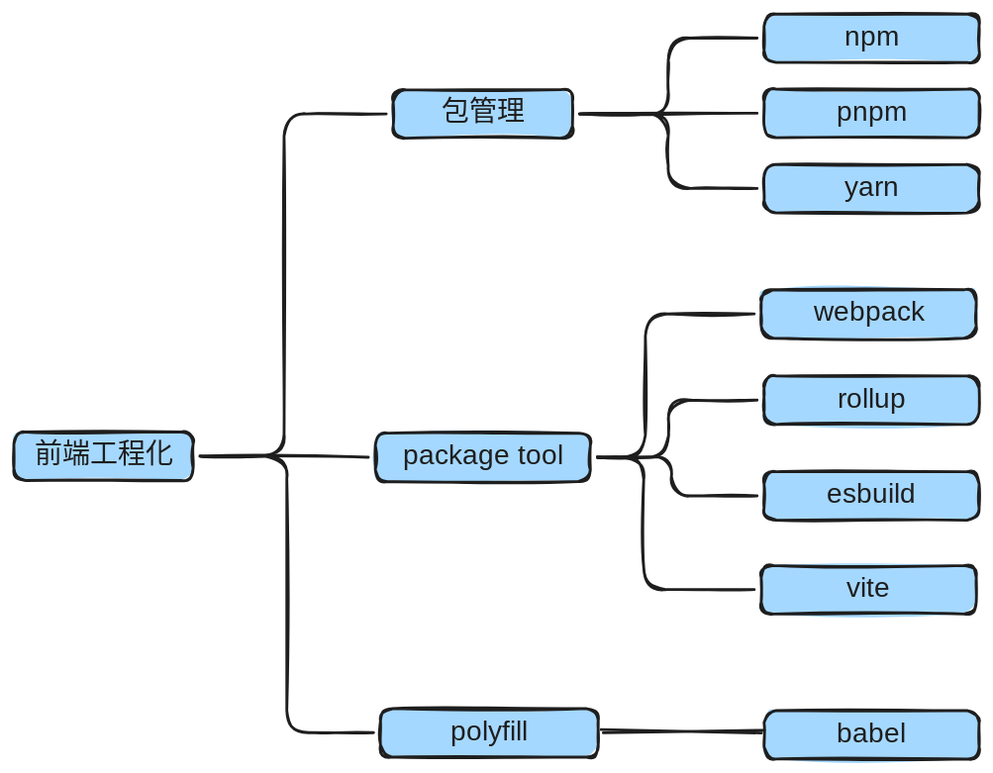
Before: image/engineer.excalidraw.svg, a diagram exported from Excalidraw (zhuzhujian/zhuzhujian.github.io). Source tidied: one line per element, renumbered; positions are measured from the earlier drawing's top-left corner, leaving out a move shared by most shapes.
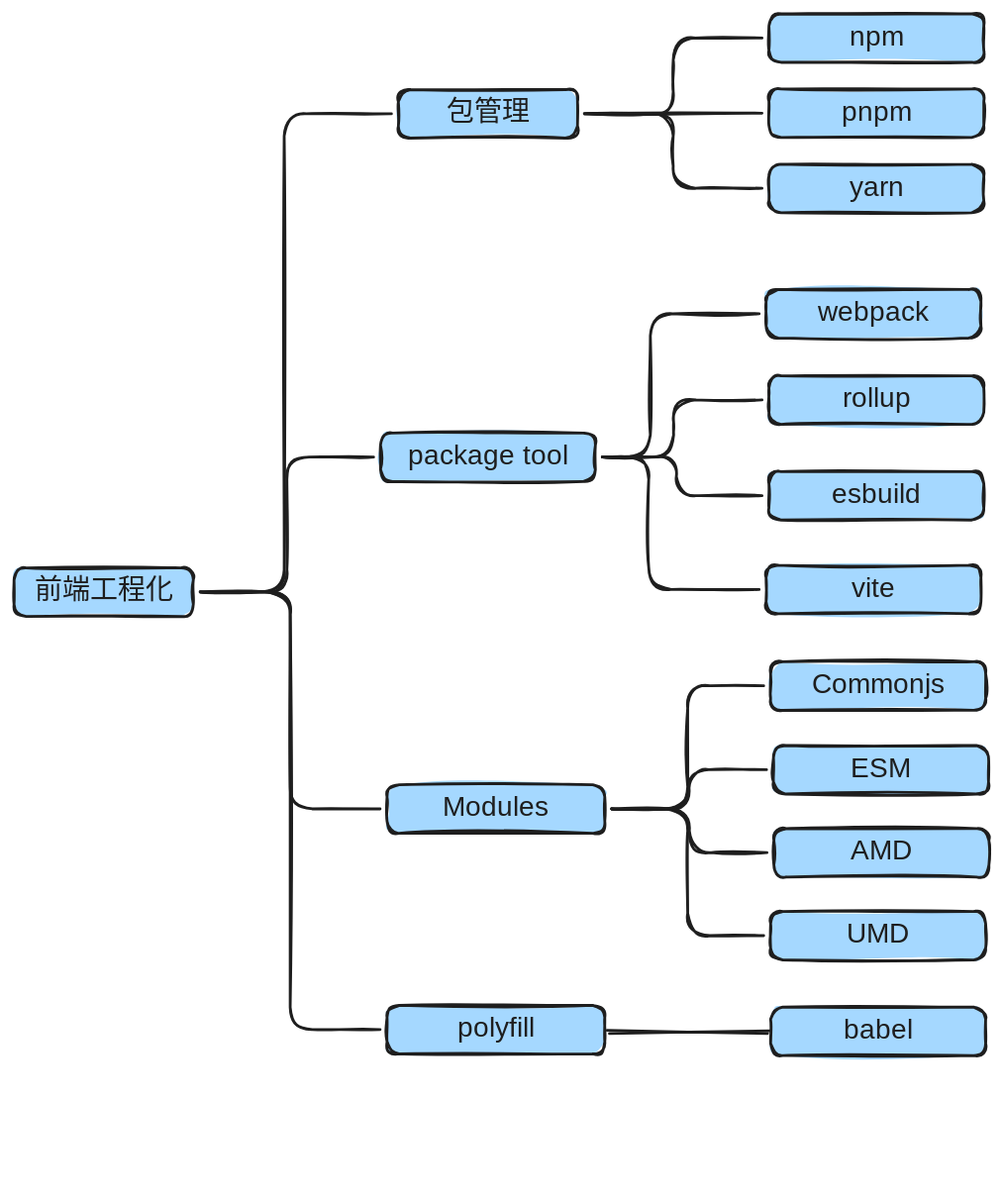
The same file after the commit.

The edit, as a diff of the source:
```diff
@@ -1,35 +1,50 @@
 {"id": 0, "type": "rectangle", "strokeColor": "#1e1e1e", "backgroundColor": "#a5d8ff", "fillStyle": "solid", "strokeWidth": 2, "roughness": 1, "round": true, "x": 0, "y": 302, "width": 129, "height": 35}
 {"id": 1, "type": "text", "text": "前端工程化", "strokeColor": "#1e1e1e", "strokeWidth": 2, "roughness": 1, "fontSize": 20, "fontFamily": 5, "textAlign": "center", "verticalAlign": "middle", "inside": 0, "x": 15, "y": 307, "width": 100, "height": 25}
-{"id": 2, "type": "rectangle", "strokeColor": "#1e1e1e", "backgroundColor": "#a5d8ff", "fillStyle": "solid", "strokeWidth": 2, "roughness": 1, "round": true, "x": 261, "y": 303, "width": 155, "height": 35}
+{"id": 2, "type": "rectangle", "strokeColor": "#1e1e1e", "backgroundColor": "#a5d8ff", "fillStyle": "solid", "strokeWidth": 2, "roughness": 1, "round": true, "x": 264, "y": 204, "width": 155, "height": 35}
-{"id": 3, "type": "text", "text": "package tool", "strokeColor": "#1e1e1e", "backgroundColor": "#a5d8ff", "fillStyle": "solid", "strokeWidth": 2, "roughness": 1, "fontSize": 20, "fontFamily": 5, "textAlign": "center", "verticalAlign": "middle", "inside": 2, "x": 276, "y": 308, "width": 124, "height": 25}
+{"id": 3, "type": "text", "text": "package tool", "strokeColor": "#1e1e1e", "backgroundColor": "#a5d8ff", "fillStyle": "solid", "strokeWidth": 2, "roughness": 1, "fontSize": 20, "fontFamily": 5, "textAlign": "center", "verticalAlign": "middle", "inside": 2, "x": 280, "y": 209, "width": 124, "height": 25}
-{"id": 4, "type": "rectangle", "strokeColor": "#1e1e1e", "backgroundColor": "#a5d8ff", "fillStyle": "solid", "strokeWidth": 2, "roughness": 1, "round": true, "x": 265, "y": 501, "width": 157, "height": 35}
+{"id": 4, "type": "rectangle", "strokeColor": "#1e1e1e", "backgroundColor": "#a5d8ff", "fillStyle": "solid", "strokeWidth": 2, "roughness": 1, "round": true, "x": 269, "y": 617, "width": 157, "height": 35}
-{"id": 5, "type": "text", "text": "polyfill", "strokeColor": "#1e1e1e", "backgroundColor": "#a5d8ff", "fillStyle": "solid", "strokeWidth": 2, "roughness": 1, "fontSize": 20, "fontFamily": 5, "textAlign": "center", "verticalAlign": "middle", "inside": 4, "x": 312, "y": 506, "width": 62, "height": 25}
+{"id": 5, "type": "text", "text": "polyfill", "strokeColor": "#1e1e1e", "backgroundColor": "#a5d8ff", "fillStyle": "solid", "strokeWidth": 2, "roughness": 1, "fontSize": 20, "fontFamily": 5, "textAlign": "center", "verticalAlign": "middle", "inside": 4, "x": 317, "y": 622, "width": 62, "height": 25}
-{"id": 6, "type": "arrow", "strokeColor": "#1e1e1e", "backgroundColor": "#a5d8ff", "fillStyle": "solid", "strokeWidth": 2, "roughness": 1, "from": 0, "to": 2, "x": 134, "y": 319, "width": 121, "height": 1, "points": [[0, 0], [121, 1]]}
+{"id": 6, "type": "arrow", "strokeColor": "#1e1e1e", "backgroundColor": "#a5d8ff", "fillStyle": "solid", "strokeWidth": 2, "roughness": 1, "from": 0, "to": 2, "x": 134, "y": 319, "width": 125, "height": 97, "points": [[0, 0], [63, 0], [63, -97], [125, -97]]}
-{"id": 7, "type": "arrow", "strokeColor": "#1e1e1e", "backgroundColor": "#a5d8ff", "fillStyle": "solid", "strokeWidth": 2, "roughness": 1, "from": 0, "to": 4, "x": 134, "y": 319, "width": 125, "height": 200, "points": [[0, 0], [63, 0], [63, 200], [125, 200]]}
+{"id": 7, "type": "arrow", "strokeColor": "#1e1e1e", "backgroundColor": "#a5d8ff", "fillStyle": "solid", "strokeWidth": 2, "roughness": 1, "from": 0, "to": 4, "x": 134, "y": 319, "width": 130, "height": 316, "points": [[0, 0], [65, 0], [65, 316], [130, 316]]}
-{"id": 8, "type": "rectangle", "strokeColor": "#1e1e1e", "backgroundColor": "#a5d8ff", "fillStyle": "solid", "strokeWidth": 2, "roughness": 1, "round": true, "x": 539, "y": 199, "width": 155, "height": 35}
+{"id": 8, "type": "rectangle", "strokeColor": "#1e1e1e", "backgroundColor": "#a5d8ff", "fillStyle": "solid", "strokeWidth": 2, "roughness": 1, "round": true, "x": 543, "y": 101, "width": 155, "height": 35}
-{"id": 9, "type": "text", "text": "webpack", "strokeColor": "#1e1e1e", "backgroundColor": "#a5d8ff", "fillStyle": "solid", "strokeWidth": 2, "roughness": 1, "fontSize": 20, "fontFamily": 5, "textAlign": "center", "verticalAlign": "middle", "inside": 8, "x": 577, "y": 204, "width": 79, "height": 25}
+{"id": 9, "type": "text", "text": "webpack", "strokeColor": "#1e1e1e", "backgroundColor": "#a5d8ff", "fillStyle": "solid", "strokeWidth": 2, "roughness": 1, "fontSize": 20, "fontFamily": 5, "textAlign": "center", "verticalAlign": "middle", "inside": 8, "x": 581, "y": 106, "width": 79, "height": 25}
-{"id": 10, "type": "rectangle", "strokeColor": "#1e1e1e", "backgroundColor": "#a5d8ff", "fillStyle": "solid", "strokeWidth": 2, "roughness": 1, "round": true, "x": 541, "y": 261, "width": 155, "height": 35}
+{"id": 10, "type": "rectangle", "strokeColor": "#1e1e1e", "backgroundColor": "#a5d8ff", "fillStyle": "solid", "strokeWidth": 2, "roughness": 1, "round": true, "x": 545, "y": 163, "width": 155, "height": 35}
-{"id": 11, "type": "text", "text": "rollup", "strokeColor": "#1e1e1e", "backgroundColor": "#a5d8ff", "fillStyle": "solid", "strokeWidth": 2, "roughness": 1, "fontSize": 20, "fontFamily": 5, "textAlign": "center", "verticalAlign": "middle", "inside": 10, "x": 593, "y": 266, "width": 51, "height": 25}
+{"id": 11, "type": "text", "text": "rollup", "strokeColor": "#1e1e1e", "backgroundColor": "#a5d8ff", "fillStyle": "solid", "strokeWidth": 2, "roughness": 1, "fontSize": 20, "fontFamily": 5, "textAlign": "center", "verticalAlign": "middle", "inside": 10, "x": 597, "y": 168, "width": 51, "height": 25}
-{"id": 12, "type": "rectangle", "strokeColor": "#1e1e1e", "backgroundColor": "#a5d8ff", "fillStyle": "solid", "strokeWidth": 2, "roughness": 1, "round": true, "x": 541, "y": 330, "width": 155, "height": 35}
+{"id": 12, "type": "rectangle", "strokeColor": "#1e1e1e", "backgroundColor": "#a5d8ff", "fillStyle": "solid", "strokeWidth": 2, "roughness": 1, "round": true, "x": 545, "y": 232, "width": 155, "height": 35}
-{"id": 13, "type": "text", "text": "esbuild", "strokeColor": "#1e1e1e", "backgroundColor": "#a5d8ff", "fillStyle": "solid", "strokeWidth": 2, "roughness": 1, "fontSize": 20, "fontFamily": 5, "textAlign": "center", "verticalAlign": "middle", "inside": 12, "x": 586, "y": 335, "width": 65, "height": 25}
+{"id": 13, "type": "text", "text": "esbuild", "strokeColor": "#1e1e1e", "backgroundColor": "#a5d8ff", "fillStyle": "solid", "strokeWidth": 2, "roughness": 1, "fontSize": 20, "fontFamily": 5, "textAlign": "center", "verticalAlign": "middle", "inside": 12, "x": 590, "y": 237, "width": 65, "height": 25}
-{"id": 14, "type": "rectangle", "strokeColor": "#1e1e1e", "backgroundColor": "#a5d8ff", "fillStyle": "solid", "strokeWidth": 2, "roughness": 1, "round": true, "x": 539, "y": 398, "width": 155, "height": 35}
+{"id": 14, "type": "rectangle", "strokeColor": "#1e1e1e", "backgroundColor": "#a5d8ff", "fillStyle": "solid", "strokeWidth": 2, "roughness": 1, "round": true, "x": 543, "y": 300, "width": 155, "height": 35}
-{"id": 15, "type": "text", "text": "vite", "strokeColor": "#1e1e1e", "backgroundColor": "#a5d8ff", "fillStyle": "solid", "strokeWidth": 2, "roughness": 1, "fontSize": 20, "fontFamily": 5, "textAlign": "center", "verticalAlign": "middle", "inside": 14, "x": 598, "y": 403, "width": 37, "height": 25}
+{"id": 15, "type": "text", "text": "vite", "strokeColor": "#1e1e1e", "backgroundColor": "#a5d8ff", "fillStyle": "solid", "strokeWidth": 2, "roughness": 1, "fontSize": 20, "fontFamily": 5, "textAlign": "center", "verticalAlign": "middle", "inside": 14, "x": 602, "y": 305, "width": 37, "height": 25}
-{"id": 16, "type": "rectangle", "strokeColor": "#1e1e1e", "backgroundColor": "#a5d8ff", "fillStyle": "solid", "strokeWidth": 2, "roughness": 1, "round": true, "x": 541, "y": 503, "width": 155, "height": 35}
+{"id": 16, "type": "rectangle", "strokeColor": "#1e1e1e", "backgroundColor": "#a5d8ff", "fillStyle": "solid", "strokeWidth": 2, "roughness": 1, "round": true, "x": 546, "y": 619, "width": 155, "height": 35}
-{"id": 17, "type": "text", "text": "babel", "strokeColor": "#1e1e1e", "backgroundColor": "#a5d8ff", "fillStyle": "solid", "strokeWidth": 2, "roughness": 1, "fontSize": 20, "fontFamily": 5, "textAlign": "center", "verticalAlign": "middle", "inside": 16, "x": 594, "y": 508, "width": 49, "height": 25}
+{"id": 17, "type": "text", "text": "babel", "strokeColor": "#1e1e1e", "backgroundColor": "#a5d8ff", "fillStyle": "solid", "strokeWidth": 2, "roughness": 1, "fontSize": 20, "fontFamily": 5, "textAlign": "center", "verticalAlign": "middle", "inside": 16, "x": 599, "y": 624, "width": 49, "height": 25}
-{"id": 18, "type": "arrow", "strokeColor": "#1e1e1e", "strokeWidth": 2, "roughness": 1, "from": 2, "to": 8, "x": 421, "y": 320, "width": 113, "height": 104, "points": [[0, 0], [35, 0], [35, -104], [113, -104]]}
+{"id": 18, "type": "arrow", "strokeColor": "#1e1e1e", "strokeWidth": 2, "roughness": 1, "from": 2, "to": 8, "x": 424, "y": 222, "width": 113, "height": 103, "points": [[0, 0], [35, 0], [35, -103], [113, -103]]}
-{"id": 19, "type": "arrow", "strokeColor": "#1e1e1e", "strokeWidth": 2, "roughness": 1, "from": 2, "to": 10, "x": 421, "y": 320, "width": 115, "height": 41, "points": [[0, 0], [51, 0], [51, -41], [115, -41]]}
+{"id": 19, "type": "arrow", "strokeColor": "#1e1e1e", "strokeWidth": 2, "roughness": 1, "from": 2, "to": 10, "x": 424, "y": 222, "width": 115, "height": 41, "points": [[0, 0], [51, 0], [51, -41], [115, -41]]}
-{"id": 20, "type": "arrow", "strokeColor": "#1e1e1e", "strokeWidth": 2, "roughness": 1, "from": 2, "to": 12, "x": 421, "y": 320, "width": 115, "height": 28, "points": [[0, 0], [53, 0], [53, 28], [115, 28]]}
+{"id": 20, "type": "arrow", "strokeColor": "#1e1e1e", "strokeWidth": 2, "roughness": 1, "from": 2, "to": 12, "x": 424, "y": 222, "width": 115, "height": 28, "points": [[0, 0], [53, 0], [53, 28], [115, 28]]}
-{"id": 21, "type": "arrow", "strokeColor": "#1e1e1e", "strokeWidth": 2, "roughness": 1, "from": 2, "to": 14, "x": 421, "y": 320, "width": 113, "height": 95, "points": [[0, 0], [33, 0], [33, 95], [113, 95]]}
+{"id": 21, "type": "arrow", "strokeColor": "#1e1e1e", "strokeWidth": 2, "roughness": 1, "from": 2, "to": 14, "x": 424, "y": 222, "width": 113, "height": 95, "points": [[0, 0], [33, 0], [33, 95], [113, 95]]}
-{"id": 22, "type": "arrow", "strokeColor": "#1e1e1e", "strokeWidth": 2, "roughness": 1, "round": true, "from": 4, "to": 16, "x": 425, "y": 517, "width": 116, "height": 2, "points": [[0, 0], [116, 2]]}
+{"id": 22, "type": "arrow", "strokeColor": "#1e1e1e", "strokeWidth": 2, "roughness": 1, "round": true, "x": 429, "y": 636, "width": 116, "height": 1, "points": [[0, 0], [116, 1]]}
-{"id": 23, "type": "rectangle", "strokeColor": "#1e1e1e", "backgroundColor": "#a5d8ff", "fillStyle": "solid", "strokeWidth": 2, "roughness": 1, "round": true, "x": 274, "y": 55, "width": 129, "height": 35}
+{"id": 23, "type": "rectangle", "strokeColor": "#1e1e1e", "backgroundColor": "#a5d8ff", "fillStyle": "solid", "strokeWidth": 2, "roughness": 1, "round": true, "x": 277, "y": -43, "width": 129, "height": 35}
-{"id": 24, "type": "text", "text": "包管理", "strokeColor": "#1e1e1e", "strokeWidth": 2, "roughness": 1, "fontSize": 20, "fontFamily": 5, "textAlign": "center", "verticalAlign": "middle", "inside": 23, "x": 308, "y": 60, "width": 60, "height": 25}
+{"id": 24, "type": "text", "text": "包管理", "strokeColor": "#1e1e1e", "strokeWidth": 2, "roughness": 1, "fontSize": 20, "fontFamily": 5, "textAlign": "center", "verticalAlign": "middle", "inside": 23, "x": 312, "y": -38, "width": 60, "height": 25}
-{"id": 25, "type": "arrow", "strokeColor": "#1e1e1e", "strokeWidth": 2, "roughness": 1, "from": 0, "to": 23, "x": 134, "y": 319, "width": 134, "height": 247, "points": [[0, 0], [61, 0], [61, -247], [134, -247]]}
+{"id": 25, "type": "arrow", "strokeColor": "#1e1e1e", "strokeWidth": 2, "roughness": 1, "from": 0, "to": 23, "x": 134, "y": 319, "width": 138, "height": 345, "points": [[0, 0], [61, 0], [61, -345], [138, -345]]}
-{"id": 26, "type": "rectangle", "strokeColor": "#1e1e1e", "backgroundColor": "#a5d8ff", "fillStyle": "solid", "strokeWidth": 2, "roughness": 1, "round": true, "x": 541, "y": 0, "width": 155, "height": 35}
+{"id": 26, "type": "rectangle", "strokeColor": "#1e1e1e", "backgroundColor": "#a5d8ff", "fillStyle": "solid", "strokeWidth": 2, "roughness": 1, "round": true, "x": 545, "y": -98, "width": 155, "height": 35}
-{"id": 27, "type": "text", "text": "npm", "strokeColor": "#1e1e1e", "backgroundColor": "#a5d8ff", "fillStyle": "solid", "strokeWidth": 2, "roughness": 1, "fontSize": 20, "fontFamily": 5, "textAlign": "center", "verticalAlign": "middle", "inside": 26, "x": 602, "y": 5, "width": 35, "height": 25}
+{"id": 27, "type": "text", "text": "npm", "strokeColor": "#1e1e1e", "backgroundColor": "#a5d8ff", "fillStyle": "solid", "strokeWidth": 2, "roughness": 1, "fontSize": 20, "fontFamily": 5, "textAlign": "center", "verticalAlign": "middle", "inside": 26, "x": 605, "y": -93, "width": 35, "height": 25}
-{"id": 28, "type": "rectangle", "strokeColor": "#1e1e1e", "backgroundColor": "#a5d8ff", "fillStyle": "solid", "strokeWidth": 2, "roughness": 1, "round": true, "x": 541, "y": 54, "width": 155, "height": 35}
+{"id": 28, "type": "rectangle", "strokeColor": "#1e1e1e", "backgroundColor": "#a5d8ff", "fillStyle": "solid", "strokeWidth": 2, "roughness": 1, "round": true, "x": 545, "y": -44, "width": 155, "height": 35}
-{"id": 29, "type": "text", "text": "pnpm", "strokeColor": "#1e1e1e", "backgroundColor": "#a5d8ff", "fillStyle": "solid", "strokeWidth": 2, "roughness": 1, "fontSize": 20, "fontFamily": 5, "textAlign": "center", "verticalAlign": "middle", "inside": 28, "x": 596, "y": 59, "width": 45, "height": 25}
+{"id": 29, "type": "text", "text": "pnpm", "strokeColor": "#1e1e1e", "backgroundColor": "#a5d8ff", "fillStyle": "solid", "strokeWidth": 2, "roughness": 1, "fontSize": 20, "fontFamily": 5, "textAlign": "center", "verticalAlign": "middle", "inside": 28, "x": 600, "y": -39, "width": 45, "height": 25}
-{"id": 30, "type": "rectangle", "strokeColor": "#1e1e1e", "backgroundColor": "#a5d8ff", "fillStyle": "solid", "strokeWidth": 2, "roughness": 1, "round": true, "x": 541, "y": 109, "width": 155, "height": 35}
+{"id": 30, "type": "rectangle", "strokeColor": "#1e1e1e", "backgroundColor": "#a5d8ff", "fillStyle": "solid", "strokeWidth": 2, "roughness": 1, "round": true, "x": 545, "y": 10, "width": 155, "height": 35}
-{"id": 31, "type": "text", "text": "yarn", "strokeColor": "#1e1e1e", "backgroundColor": "#a5d8ff", "fillStyle": "solid", "strokeWidth": 2, "roughness": 1, "fontSize": 20, "fontFamily": 5, "textAlign": "center", "verticalAlign": "middle", "inside": 30, "x": 598, "y": 114, "width": 41, "height": 25}
+{"id": 31, "type": "text", "text": "yarn", "strokeColor": "#1e1e1e", "backgroundColor": "#a5d8ff", "fillStyle": "solid", "strokeWidth": 2, "roughness": 1, "fontSize": 20, "fontFamily": 5, "textAlign": "center", "verticalAlign": "middle", "inside": 30, "x": 602, "y": 15, "width": 41, "height": 25}
-{"id": 32, "type": "arrow", "strokeColor": "#1e1e1e", "strokeWidth": 2, "roughness": 1, "from": 23, "to": 26, "x": 408, "y": 72, "width": 128, "height": 55, "points": [[0, 0], [64, 0], [64, -55], [128, -55]]}
+{"id": 32, "type": "arrow", "strokeColor": "#1e1e1e", "strokeWidth": 2, "roughness": 1, "from": 23, "to": 26, "x": 412, "y": -26, "width": 128, "height": 55, "points": [[0, 0], [64, 0], [64, -55], [128, -55]]}
-{"id": 33, "type": "arrow", "strokeColor": "#1e1e1e", "strokeWidth": 2, "roughness": 1, "from": 23, "to": 28, "x": 408, "y": 72, "width": 128, "height": 0, "points": [[0, 0], [128, 0]]}
+{"id": 33, "type": "arrow", "strokeColor": "#1e1e1e", "strokeWidth": 2, "roughness": 1, "from": 23, "to": 28, "x": 412, "y": -26, "width": 128, "height": 0, "points": [[0, 0], [128, 0]]}
-{"id": 34, "type": "arrow", "strokeColor": "#1e1e1e", "strokeWidth": 2, "roughness": 1, "from": 23, "to": 30, "x": 408, "y": 72, "width": 128, "height": 54, "points": [[0, 0], [64, 0], [64, 54], [128, 54]]}
+{"id": 34, "type": "arrow", "strokeColor": "#1e1e1e", "strokeWidth": 2, "roughness": 1, "from": 23, "to": 30, "x": 412, "y": -26, "width": 128, "height": 54, "points": [[0, 0], [64, 0], [64, 54], [128, 54]]}
+{"id": 35, "type": "rectangle", "strokeColor": "#1e1e1e", "backgroundColor": "#a5d8ff", "fillStyle": "solid", "strokeWidth": 2, "roughness": 1, "round": true, "x": 269, "y": 458, "width": 157, "height": 35}
+{"id": 36, "type": "text", "text": "Modules", "strokeColor": "#1e1e1e", "backgroundColor": "#a5d8ff", "fillStyle": "solid", "strokeWidth": 2, "roughness": 1, "fontSize": 20, "fontFamily": 5, "textAlign": "center", "verticalAlign": "middle", "inside": 35, "x": 309, "y": 463, "width": 76, "height": 25}
+{"id": 37, "type": "arrow", "strokeColor": "#1e1e1e", "strokeWidth": 2, "roughness": 1, "from": 0, "to": 35, "x": 134, "y": 319, "width": 130, "height": 157, "points": [[0, 0], [65, 0], [65, 157], [130, 157]]}
+{"id": 38, "type": "rectangle", "strokeColor": "#1e1e1e", "backgroundColor": "#a5d8ff", "fillStyle": "solid", "strokeWidth": 2, "roughness": 1, "round": true, "x": 546, "y": 369, "width": 155, "height": 35}
+{"id": 39, "type": "text", "text": "Commonjs", "strokeColor": "#1e1e1e", "backgroundColor": "#a5d8ff", "fillStyle": "solid", "strokeWidth": 2, "roughness": 1, "fontSize": 20, "fontFamily": 5, "textAlign": "center", "verticalAlign": "middle", "inside": 38, "x": 578, "y": 374, "width": 91, "height": 25}
+{"id": 40, "type": "rectangle", "strokeColor": "#1e1e1e", "backgroundColor": "#a5d8ff", "fillStyle": "solid", "strokeWidth": 2, "roughness": 1, "round": true, "x": 548, "y": 430, "width": 155, "height": 35}
+{"id": 41, "type": "text", "text": "ESM", "strokeColor": "#1e1e1e", "backgroundColor": "#a5d8ff", "fillStyle": "solid", "strokeWidth": 2, "roughness": 1, "fontSize": 20, "fontFamily": 5, "textAlign": "center", "verticalAlign": "middle", "inside": 40, "x": 605, "y": 435, "width": 42, "height": 25}
+{"id": 42, "type": "rectangle", "strokeColor": "#1e1e1e", "backgroundColor": "#a5d8ff", "fillStyle": "solid", "strokeWidth": 2, "roughness": 1, "round": true, "x": 548, "y": 490, "width": 155, "height": 35}
+{"id": 43, "type": "text", "text": "AMD", "strokeColor": "#1e1e1e", "backgroundColor": "#a5d8ff", "fillStyle": "solid", "strokeWidth": 2, "roughness": 1, "fontSize": 20, "fontFamily": 5, "textAlign": "center", "verticalAlign": "middle", "inside": 42, "x": 604, "y": 495, "width": 44, "height": 25}
+{"id": 44, "type": "rectangle", "strokeColor": "#1e1e1e", "backgroundColor": "#a5d8ff", "fillStyle": "solid", "strokeWidth": 2, "roughness": 1, "round": true, "x": 546, "y": 550, "width": 155, "height": 35}
+{"id": 45, "type": "text", "text": "UMD", "strokeColor": "#1e1e1e", "backgroundColor": "#a5d8ff", "fillStyle": "solid", "strokeWidth": 2, "roughness": 1, "fontSize": 20, "fontFamily": 5, "textAlign": "center", "verticalAlign": "middle", "inside": 44, "x": 601, "y": 555, "width": 46, "height": 25}
+{"id": 46, "type": "arrow", "strokeColor": "#1e1e1e", "strokeWidth": 2, "roughness": 1, "from": 35, "to": 38, "x": 431, "y": 476, "width": 110, "height": 89, "points": [[0, 0], [55, 0], [55, -89], [110, -89]]}
+{"id": 47, "type": "arrow", "strokeColor": "#1e1e1e", "strokeWidth": 2, "roughness": 1, "from": 35, "to": 40, "x": 431, "y": 476, "width": 112, "height": 28, "points": [[0, 0], [56, 0], [56, -28], [112, -28]]}
+{"id": 48, "type": "arrow", "strokeColor": "#1e1e1e", "strokeWidth": 2, "roughness": 1, "from": 35, "to": 42, "x": 431, "y": 476, "width": 112, "height": 32, "points": [[0, 0], [56, 0], [56, 32], [112, 32]]}
+{"id": 49, "type": "arrow", "strokeColor": "#1e1e1e", "strokeWidth": 2, "roughness": 1, "from": 35, "to": 44, "x": 431, "y": 476, "width": 110, "height": 91, "points": [[0, 0], [55, 0], [55, 91], [110, 91]]}
```
